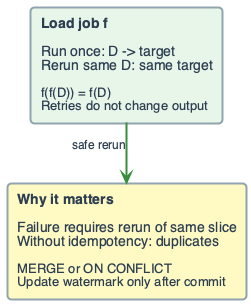
The PlantUML diagram diagrams/week04/week4_idempotency.png in OrPerets/data-engineering-course, before a commit. The source it was exported from:
```plantuml
@startuml

top to bottom direction
skinparam linetype ortho
skinparam shadowing false
skinparam roundcorner 8
skinparam handwritten false
skinparam nodesep 50
skinparam ranksep 60

skinparam defaultFontName "Segoe UI, Helvetica, sans-serif"
skinparam defaultFontSize 16
skinparam defaultFontColor #2C3E50

skinparam rectangle {
    BackgroundColor #F8F9FA
    BorderColor #90A4AE
    BorderThickness 2
    FontSize 14
    Padding 18
}
skinparam arrow {
    Color #607D8B
    Thickness 2.5
    FontSize 12
}

rectangle "**Load job f**\n\n<size:14>Run once: D -> target</size>\n<size:14>Rerun same D: same target</size>\n\n<size:13>f(f(D)) = f(D)</size>\n<size:13>Retries do not change output</size>" as F #E8F5E9

rectangle "**Why it matters**\n\n<size:14>Failure requires rerun of same slice</size>\n<size:14>Without idempotency: duplicates</size>\n\n<size:13>MERGE or ON CONFLICT</size>\n<size:13>Update watermark only after commit</size>" as WHY #FFF9C4

F -down[#388E3C,thickness=2]-> WHY : <size:12>safe rerun</size>

@enduml
```
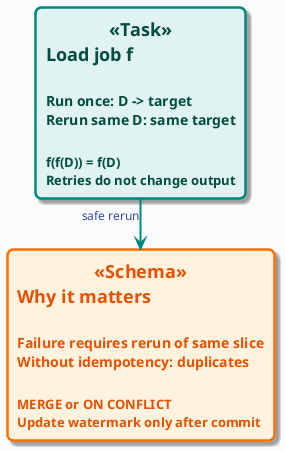
The same diagram one commit later.

Change to the diagram source:
```diff
@@ -1,34 +1,13 @@
 @startuml
 
+!include ../_template_styles.puml
+
 top to bottom direction
-skinparam linetype ortho
-skinparam shadowing false
-skinparam roundcorner 8
-skinparam handwritten false
-skinparam nodesep 50
-skinparam ranksep 60
 
-skinparam defaultFontName "Segoe UI, Helvetica, sans-serif"
-skinparam defaultFontSize 16
-skinparam defaultFontColor #2C3E50
+rectangle "**Load job f**\n\n<size:14>Run once: D -> target</size>\n<size:14>Rerun same D: same target</size>\n\n<size:13>f(f(D)) = f(D)</size>\n<size:13>Retries do not change output</size>" as F <<Task>>
 
-skinparam rectangle {
-    BackgroundColor #F8F9FA
-    BorderColor #90A4AE
-    BorderThickness 2
-    FontSize 14
-    Padding 18
-}
-skinparam arrow {
-    Color #607D8B
-    Thickness 2.5
-    FontSize 12
-}
+rectangle "**Why it matters**\n\n<size:14>Failure requires rerun of same slice</size>\n<size:14>Without idempotency: duplicates</size>\n\n<size:13>MERGE or ON CONFLICT</size>\n<size:13>Update watermark only after commit</size>" as WHY <<Schema>>
 
-rectangle "**Load job f**\n\n<size:14>Run once: D -> target</size>\n<size:14>Rerun same D: same target</size>\n\n<size:13>f(f(D)) = f(D)</size>\n<size:13>Retries do not change output</size>" as F #E8F5E9
-
-rectangle "**Why it matters**\n\n<size:14>Failure requires rerun of same slice</size>\n<size:14>Without idempotency: duplicates</size>\n\n<size:13>MERGE or ON CONFLICT</size>\n<size:13>Update watermark only after commit</size>" as WHY #FFF9C4
-
-F -down[#388E3C,thickness=2]-> WHY : <size:12>safe rerun</size>
+F -down[#00897B,thickness=2]-> WHY : <size:12>safe rerun</size>
 
 @enduml
```
